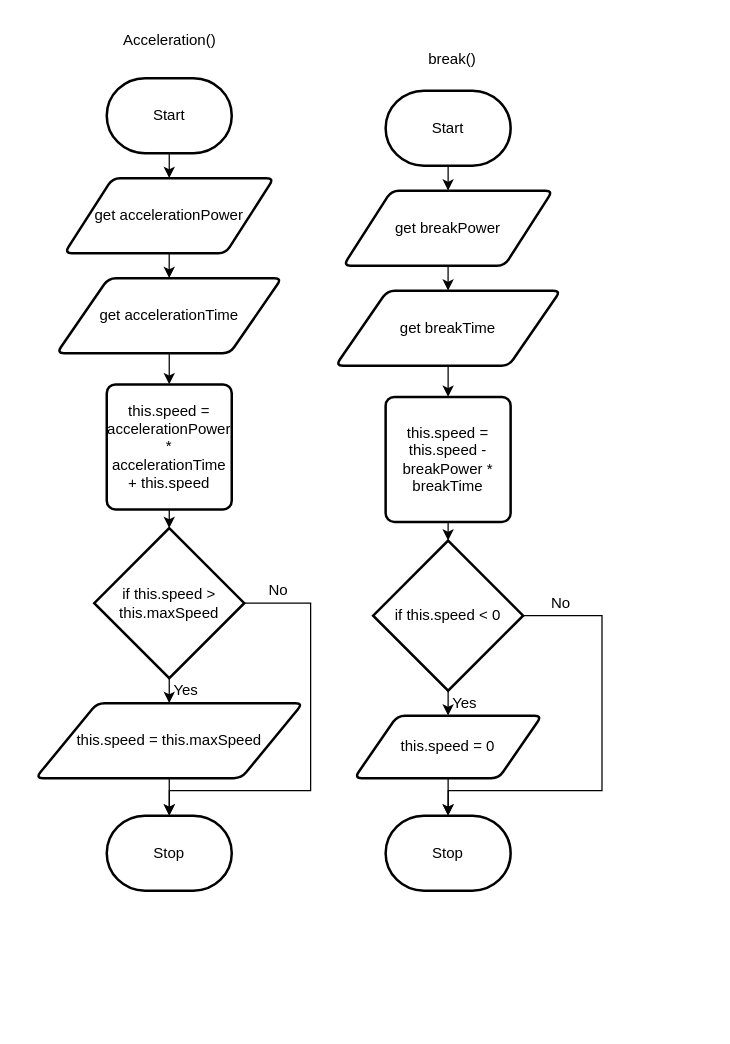
Troy-Appleby/ICS4U-Unit2-Troy-Appleby keeps this draw.io diagram as Unit2-05/flowchart.drawio. Above is the earlier version. Source tidied: cells renumbered, new cells numbered last; positions are measured from the earlier drawing's top-left corner, leaving out a move shared by most shapes. Both pictures are drawn from the tidied source at 125%, with x=0, y=0 at pixel (35, 21).
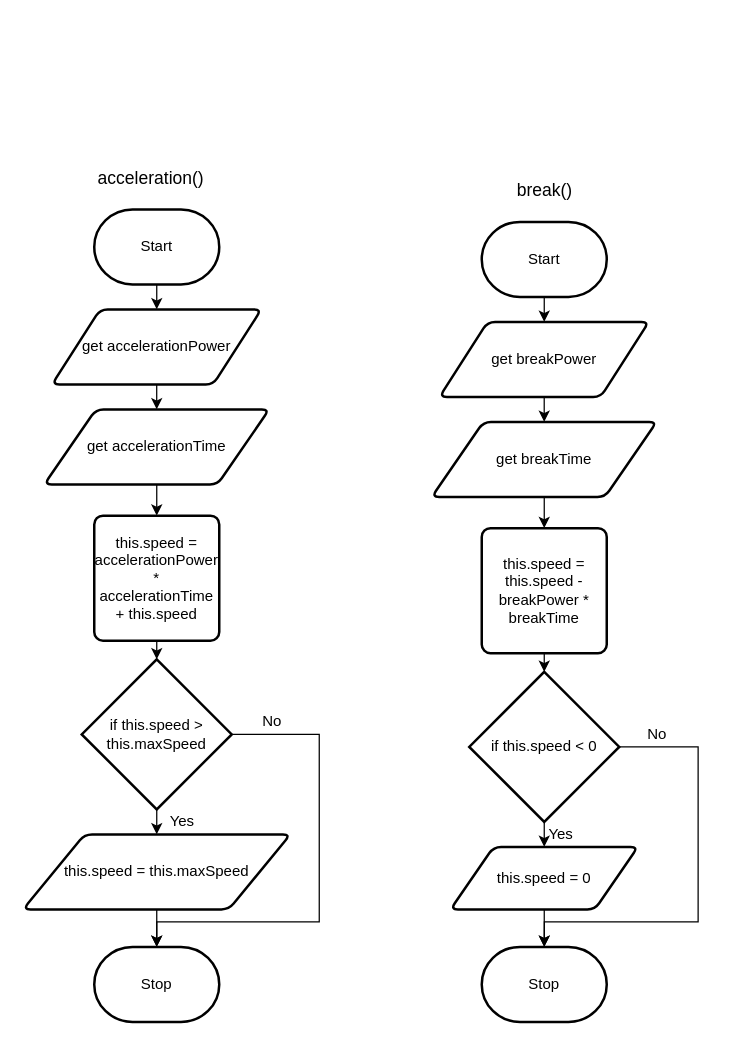
The same diagram, later.

The edit, as a diff of the source:
```diff
@@
-    <mxCell id="2" style="edgeStyle=none;html=1;" parent="1" edge="1" source="3">
-      <mxGeometry relative="1" as="geometry">
-        <mxPoint x="106.9" y="125" as="targetPoint" />
-      </mxGeometry>
-    </mxCell>
+    <mxCell id="36" style="edgeStyle=none;html=1;" parent="1" edge="1" source="3">
+      <mxGeometry relative="1" as="geometry">
+        <mxPoint x="96.9" y="230" as="targetPoint" />
+      </mxGeometry>
+    </mxCell>
     <mxCell id="3" value="Start" style="strokeWidth=2;html=1;shape=mxgraph.flowchart.terminator;whiteSpace=wrap;" parent="1" vertex="1">
-      <mxGeometry x="56.9" y="45" width="100" height="60" as="geometry" />
+      <mxGeometry x="46.9" y="150" width="100" height="60" as="geometry" />
     </mxCell>
@@
     <mxCell id="5" value="get accelerationPower" style="shape=parallelogram;html=1;strokeWidth=2;perimeter=parallelogramPerimeter;whiteSpace=wrap;rounded=1;arcSize=12;size=0.23;" parent="1" vertex="1">
-      <mxGeometry x="23.1" y="125" width="167.5" height="60" as="geometry" />
+      <mxGeometry x="13.1" y="230" width="167.5" height="60" as="geometry" />
     </mxCell>
@@
     <mxCell id="7" value="get accelerationTime" style="shape=parallelogram;html=1;strokeWidth=2;perimeter=parallelogramPerimeter;whiteSpace=wrap;rounded=1;arcSize=12;size=0.23;" parent="1" vertex="1">
-      <mxGeometry x="16.9" y="205" width="180" height="60" as="geometry" />
+      <mxGeometry x="6.9" y="310" width="180" height="60" as="geometry" />
     </mxCell>
@@
     <mxCell id="9" value="this.speed = accelerationPower * accelerationTime + this.speed" style="rounded=1;whiteSpace=wrap;html=1;absoluteArcSize=1;arcSize=14;strokeWidth=2;" parent="1" vertex="1">
-      <mxGeometry x="56.9" y="290" width="100" height="100" as="geometry" />
+      <mxGeometry x="46.9" y="395" width="100" height="100" as="geometry" />
     </mxCell>
@@
-    <mxCell id="11" style="edgeStyle=none;html=1;rounded=0;" parent="1" edge="1" source="12" target="15">
+    <mxCell id="11" style="edgeStyle=none;html=1;entryX=0.5;entryY=0;entryDx=0;entryDy=0;entryPerimeter=0;rounded=0;" parent="1" edge="1" source="12" target="15">
       <mxGeometry relative="1" as="geometry">
         <Array as="points">
-          <mxPoint x="220" y="465" />
-          <mxPoint x="220" y="615" />
-          <mxPoint x="107" y="615" />
+          <mxPoint x="226.9" y="570" />
+          <mxPoint x="226.9" y="720" />
+          <mxPoint x="96.9" y="720" />
         </Array>
       </mxGeometry>
     </mxCell>
     <mxCell id="12" value="if this.speed &amp;gt; this.maxSpeed" style="strokeWidth=2;html=1;shape=mxgraph.flowchart.decision;whiteSpace=wrap;" parent="1" vertex="1">
-      <mxGeometry x="46.9" y="405" width="120" height="120" as="geometry" />
+      <mxGeometry x="36.9" y="510" width="120" height="120" as="geometry" />
     </mxCell>
@@
     <mxCell id="14" value="this.speed = this.maxSpeed" style="shape=parallelogram;html=1;strokeWidth=2;perimeter=parallelogramPerimeter;whiteSpace=wrap;rounded=1;arcSize=12;size=0.23;" parent="1" vertex="1">
-      <mxGeometry y="545" width="213.8" height="60" as="geometry" />
+      <mxGeometry x="-10" y="650" width="213.8" height="60" as="geometry" />
     </mxCell>
     <mxCell id="15" value="Stop" style="strokeWidth=2;html=1;shape=mxgraph.flowchart.terminator;whiteSpace=wrap;" parent="1" vertex="1">
-      <mxGeometry x="56.9" y="635" width="100" height="60" as="geometry" />
+      <mxGeometry x="46.9" y="740" width="100" height="60" as="geometry" />
     </mxCell>
     <mxCell id="16" style="edgeStyle=none;html=1;" parent="1" edge="1" source="17">
       <mxGeometry relative="1" as="geometry">
-        <mxPoint x="330" y="135" as="targetPoint" />
+        <mxPoint x="406.9" y="240" as="targetPoint" />
       </mxGeometry>
     </mxCell>
     <mxCell id="17" value="Start" style="strokeWidth=2;html=1;shape=mxgraph.flowchart.terminator;whiteSpace=wrap;" parent="1" vertex="1">
-      <mxGeometry x="280" y="55" width="100" height="60" as="geometry" />
+      <mxGeometry x="356.9" y="160" width="100" height="60" as="geometry" />
     </mxCell>
@@
     <mxCell id="19" value="get breakPower" style="shape=parallelogram;html=1;strokeWidth=2;perimeter=parallelogramPerimeter;whiteSpace=wrap;rounded=1;arcSize=12;size=0.23;" parent="1" vertex="1">
-      <mxGeometry x="246.2" y="135" width="167.5" height="60" as="geometry" />
+      <mxGeometry x="323.1" y="240" width="167.5" height="60" as="geometry" />
     </mxCell>
@@
     <mxCell id="21" value="get breakTime" style="shape=parallelogram;html=1;strokeWidth=2;perimeter=parallelogramPerimeter;whiteSpace=wrap;rounded=1;arcSize=12;size=0.23;" parent="1" vertex="1">
-      <mxGeometry x="240" y="215" width="180" height="60" as="geometry" />
+      <mxGeometry x="316.9" y="320" width="180" height="60" as="geometry" />
     </mxCell>
@@
     <mxCell id="23" value="this.speed = this.speed - breakPower * breakTime" style="rounded=1;whiteSpace=wrap;html=1;absoluteArcSize=1;arcSize=14;strokeWidth=2;" parent="1" vertex="1">
-      <mxGeometry x="280" y="300" width="100" height="100" as="geometry" />
+      <mxGeometry x="356.9" y="405" width="100" height="100" as="geometry" />
     </mxCell>
@@
     <mxCell id="25" style="edgeStyle=none;rounded=0;html=1;entryX=0.5;entryY=0;entryDx=0;entryDy=0;entryPerimeter=0;" parent="1" edge="1" source="26" target="29">
       <mxGeometry relative="1" as="geometry">
         <Array as="points">
-          <mxPoint x="453.1" y="475" />
-          <mxPoint x="453.1" y="615" />
-          <mxPoint x="330.1" y="615" />
+          <mxPoint x="530" y="580" />
+          <mxPoint x="530" y="720" />
+          <mxPoint x="407" y="720" />
         </Array>
       </mxGeometry>
     </mxCell>
     <mxCell id="26" value="if this.speed &amp;lt; 0" style="strokeWidth=2;html=1;shape=mxgraph.flowchart.decision;whiteSpace=wrap;" parent="1" vertex="1">
-      <mxGeometry x="270" y="415" width="120" height="120" as="geometry" />
+      <mxGeometry x="346.9" y="520" width="120" height="120" as="geometry" />
     </mxCell>
@@
     <mxCell id="28" value="this.speed = 0" style="shape=parallelogram;html=1;strokeWidth=2;perimeter=parallelogramPerimeter;whiteSpace=wrap;rounded=1;arcSize=12;size=0.23;" parent="1" vertex="1">
-      <mxGeometry x="255" y="555" width="150" height="50" as="geometry" />
+      <mxGeometry x="331.9" y="660" width="150" height="50" as="geometry" />
     </mxCell>
     <mxCell id="29" value="Stop" style="strokeWidth=2;html=1;shape=mxgraph.flowchart.terminator;whiteSpace=wrap;" parent="1" vertex="1">
-      <mxGeometry x="280" y="635" width="100" height="60" as="geometry" />
+      <mxGeometry x="356.9" y="740" width="100" height="60" as="geometry" />
     </mxCell>
+    <mxCell id="32" value="Yes&lt;br&gt;" style="text;html=1;align=center;verticalAlign=middle;fillColor=none;strokeColor=none;rounded=0;" parent="1" vertex="1">
+      <mxGeometry x="400" y="640" width="40" height="20" as="geometry" />
+    </mxCell>
+    <mxCell id="33" value="No" style="text;html=1;align=center;verticalAlign=middle;fillColor=none;strokeColor=none;rounded=0;" parent="1" vertex="1">
+      <mxGeometry x="481.9" y="560" width="30" height="20" as="geometry" />
+    </mxCell>
     <mxCell id="30" value="Yes&lt;br&gt;" style="text;html=1;align=center;verticalAlign=middle;fillColor=none;strokeColor=none;rounded=0;" parent="1" vertex="1">
-      <mxGeometry x="100" y="525" width="40" height="20" as="geometry" />
+      <mxGeometry x="96.9" y="630" width="40" height="20" as="geometry" />
     </mxCell>
     <mxCell id="31" value="No" style="text;html=1;align=center;verticalAlign=middle;fillColor=none;strokeColor=none;rounded=0;" parent="1" vertex="1">
-      <mxGeometry x="178.8" y="445" width="30" height="20" as="geometry" />
+      <mxGeometry x="173.8" y="550" width="30" height="20" as="geometry" />
     </mxCell>
-    <mxCell id="32" value="Yes&lt;br&gt;" style="text;html=1;align=center;verticalAlign=middle;fillColor=none;strokeColor=none;rounded=0;" parent="1" vertex="1">
-      <mxGeometry x="323.1" y="535" width="40" height="20" as="geometry" />
-    </mxCell>
-    <mxCell id="33" value="No" style="text;html=1;align=center;verticalAlign=middle;fillColor=none;strokeColor=none;rounded=0;" parent="1" vertex="1">
-      <mxGeometry x="405" y="455" width="30" height="20" as="geometry" />
-    </mxCell>
-    <mxCell id="34" value="Acceleration()" style="text;html=1;align=center;verticalAlign=middle;strokeColor=none;fillColor=none;" parent="1" vertex="1">
-      <mxGeometry x="56.9" width="100" height="30" as="geometry" />
+    <mxCell id="34" value="&lt;font style=&quot;font-size: 14px;&quot;&gt;acceleration()&lt;/font&gt;" style="text;html=1;align=center;verticalAlign=middle;strokeColor=none;fillColor=none;" parent="1" vertex="1">
+      <mxGeometry x="36.9" y="110" width="110" height="30" as="geometry" />
     </mxCell>
-    <mxCell id="35" value="break()" style="text;html=1;align=center;verticalAlign=middle;strokeColor=none;fillColor=none;" parent="1" vertex="1">
-      <mxGeometry x="303.1" y="15" width="60" height="30" as="geometry" />
+    <mxCell id="35" value="break()" style="text;html=1;align=center;verticalAlign=middle;strokeColor=none;fillColor=none;fontSize=14;" parent="1" vertex="1">
+      <mxGeometry x="371.9" y="120" width="70" height="30" as="geometry" />
     </mxCell>
```
